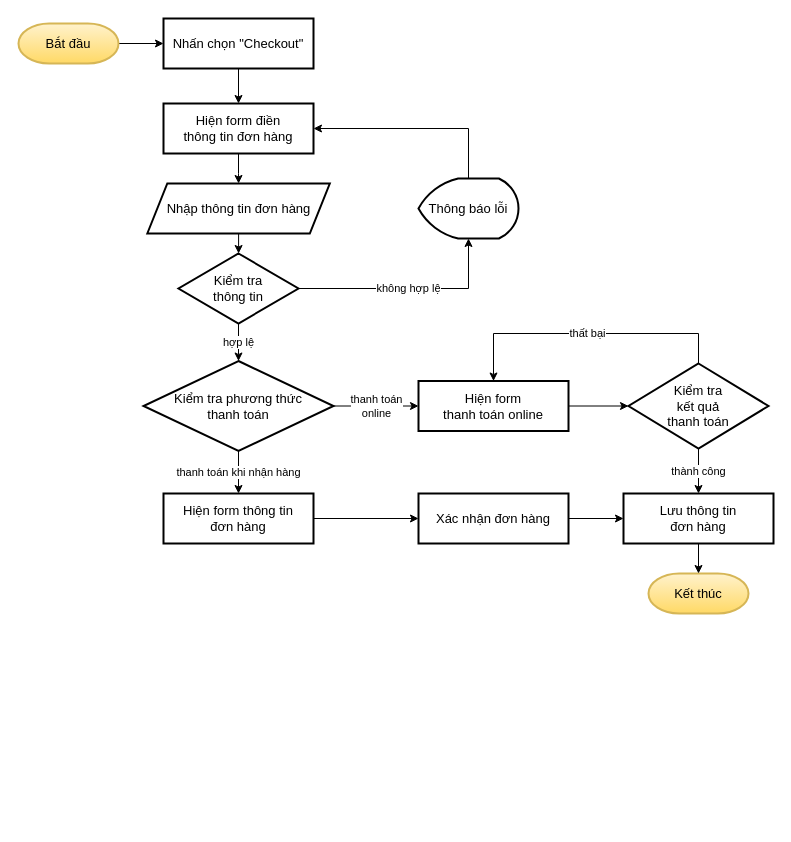
Before: Diagrams/Flowchart/cus_checkout.drawio in vfon98/thesis-storozone-documents, a draw.io diagram. Source tidied: cells renumbered, new cells numbered last; positions are measured from the earlier drawing's top-left corner, leaving out a move shared by most shapes. Both pictures are drawn from the tidied source at 100%, with x=0, y=0 at pixel (18, 18).
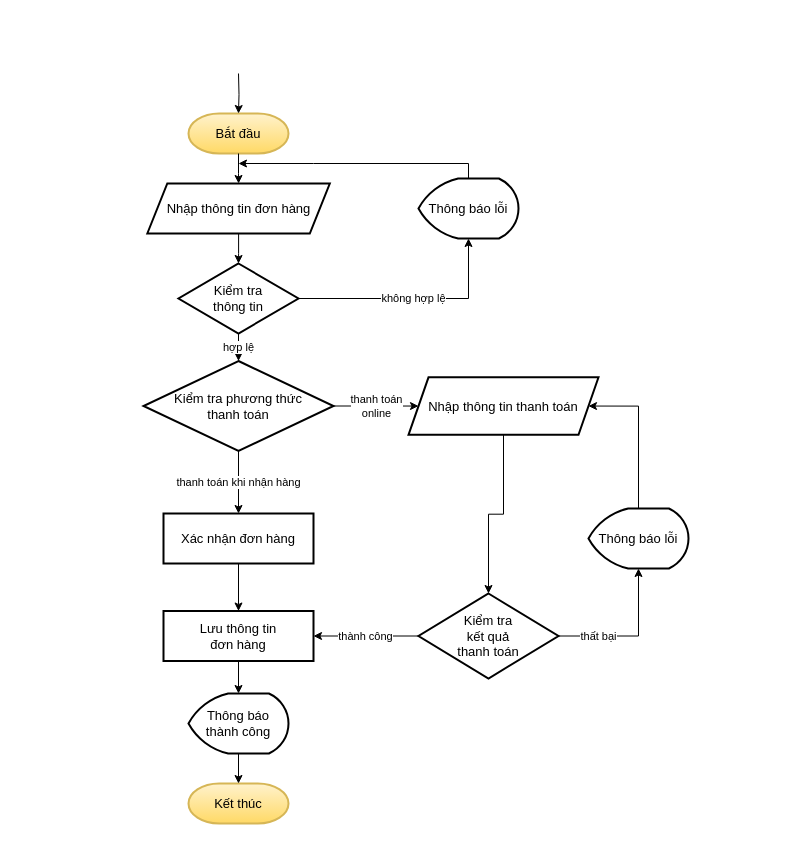
The same diagram, later.

Unchanged cells that the change refers to:
```xml
<mxCell id="11" value="Thông báo lỗi" style="strokeWidth=2;html=1;shape=mxgraph.flowchart.display;whiteSpace=wrap;labelBorderColor=none;fontSize=13;fontStyle=0;" parent="1" vertex="1">
  <mxGeometry x="400" y="160" width="100" height="60" as="geometry" />
</mxCell>
<mxCell id="15" value="Nhập thông tin đơn hàng" style="shape=parallelogram;perimeter=parallelogramPerimeter;whiteSpace=wrap;html=1;fixedSize=1;strokeWidth=2;labelBorderColor=none;fontSize=13;fontStyle=0;" parent="1" vertex="1">
  <mxGeometry x="128.8" y="165" width="182.5" height="50" as="geometry" />
</mxCell>
<mxCell id="18" value="Kiểm tra phương thức &lt;br&gt;thanh toán" style="rhombus;whiteSpace=wrap;html=1;strokeWidth=2;labelBorderColor=none;fontSize=13;fontStyle=0;" parent="1" vertex="1">
  <mxGeometry x="125" y="342.5" width="190" height="90" as="geometry" />
</mxCell>
```

The edit, as a diff of the source:
```diff
@@
-    <mxCell id="2" style="edgeStyle=orthogonalEdgeStyle;rounded=0;jettySize=auto;html=1;" parent="1" edge="1" source="3" target="6">
-      <mxGeometry relative="1" as="geometry" />
-    </mxCell>
     <mxCell id="3" value="Bắt đầu" style="strokeWidth=2;html=1;shape=mxgraph.flowchart.terminator;whiteSpace=wrap;labelBorderColor=none;fontSize=13;fontStyle=0;fillColor=#fff2cc;strokeColor=#d6b656;gradientColor=#ffd966;" parent="1" vertex="1">
-      <mxGeometry y="5" width="100" height="40" as="geometry" />
+      <mxGeometry x="170" y="95" width="100" height="40" as="geometry" />
     </mxCell>
     <mxCell id="4" value="Kết thúc" style="strokeWidth=2;html=1;shape=mxgraph.flowchart.terminator;whiteSpace=wrap;labelBorderColor=none;fontSize=13;fontStyle=0;fillColor=#fff2cc;strokeColor=#d6b656;gradientColor=#ffd966;" parent="1" vertex="1">
-      <mxGeometry x="630" y="555" width="100" height="40" as="geometry" />
+      <mxGeometry x="170" y="765" width="100" height="40" as="geometry" />
     </mxCell>
-    <mxCell id="5" style="edgeStyle=orthogonalEdgeStyle;rounded=0;jettySize=auto;html=1;" parent="1" edge="1" source="6" target="13">
-      <mxGeometry relative="1" as="geometry" />
-    </mxCell>
-    <mxCell id="6" value="Nhấn chọn &quot;Checkout&quot;" style="whiteSpace=wrap;html=1;strokeWidth=2;labelBorderColor=none;fontSize=13;fontStyle=0;" parent="1" vertex="1">
-      <mxGeometry x="145" width="150" height="50" as="geometry" />
-    </mxCell>
@@
-    <mxCell id="8" value="không hợp lệ" style="edgeStyle=orthogonalEdgeStyle;rounded=0;jettySize=auto;html=1;entryX=0.5;entryY=1;entryDx=0;entryDy=0;entryPerimeter=0;" parent="1" edge="1" source="9" target="11">
+    <mxCell id="8" value="không hợp lệ" style="edgeStyle=orthogonalEdgeStyle;rounded=0;jettySize=auto;html=1;entryX=0.5;entryY=1;entryDx=0;entryDy=0;entryPerimeter=0;exitX=1;exitY=0.5;exitDx=0;exitDy=0;" parent="1" edge="1" source="9" target="11">
       <mxGeometry relative="1" as="geometry">
         <Array as="points">
-          <mxPoint x="450" y="270" />
+          <mxPoint x="450" y="280" />
         </Array>
       </mxGeometry>
     </mxCell>
     <mxCell id="9" value="Kiểm tra&lt;br&gt;thông tin" style="rhombus;whiteSpace=wrap;html=1;strokeWidth=2;labelBorderColor=none;fontSize=13;fontStyle=0;" parent="1" vertex="1">
-      <mxGeometry x="160" y="235" width="120" height="70" as="geometry" />
+      <mxGeometry x="160" y="245" width="120" height="70" as="geometry" />
     </mxCell>
-    <mxCell id="10" style="edgeStyle=orthogonalEdgeStyle;rounded=0;jettySize=auto;html=1;exitX=0.5;exitY=0;exitDx=0;exitDy=0;exitPerimeter=0;entryX=1;entryY=0.5;entryDx=0;entryDy=0;" parent="1" edge="1" source="11" target="13">
+    <mxCell id="10" style="edgeStyle=orthogonalEdgeStyle;rounded=0;jettySize=auto;html=1;exitX=0.5;exitY=0;exitDx=0;exitDy=0;exitPerimeter=0;" parent="1" edge="1" source="11">
       <mxGeometry relative="1" as="geometry">
+        <mxPoint x="220" y="145" as="targetPoint" />
         <Array as="points">
-          <mxPoint x="450" y="110" />
+          <mxPoint x="450" y="145" />
+          <mxPoint x="295" y="145" />
         </Array>
       </mxGeometry>
     </mxCell>
@@
-    <mxCell id="12" style="edgeStyle=orthogonalEdgeStyle;rounded=0;jettySize=auto;html=1;" parent="1" edge="1" source="13" target="15">
+    <mxCell id="12" style="edgeStyle=orthogonalEdgeStyle;rounded=0;jettySize=auto;html=1;" parent="1" edge="1" source="3" target="15">
       <mxGeometry relative="1" as="geometry" />
     </mxCell>
-    <mxCell id="13" value="Hiện form điền&lt;br&gt;thông tin đơn hàng" style="whiteSpace=wrap;html=1;strokeWidth=2;labelBorderColor=none;fontSize=13;fontStyle=0;" parent="1" vertex="1">
-      <mxGeometry x="145" y="85" width="150" height="50" as="geometry" />
-    </mxCell>
@@
-    <mxCell id="16" value="thanh toán khi nhận hàng" style="edgeStyle=orthogonalEdgeStyle;rounded=0;jettySize=auto;html=1;" parent="1" edge="1" source="18" target="22">
+    <mxCell id="16" value="thanh toán khi nhận hàng" style="edgeStyle=orthogonalEdgeStyle;rounded=0;jettySize=auto;html=1;" parent="1" edge="1" source="18" target="29">
       <mxGeometry relative="1" as="geometry" />
     </mxCell>
-    <mxCell id="17" value="thanh toán&lt;br&gt;online" style="edgeStyle=orthogonalEdgeStyle;rounded=0;jettySize=auto;html=1;" parent="1" edge="1" source="18" target="20">
+    <mxCell id="17" value="thanh toán&lt;br&gt;online" style="edgeStyle=orthogonalEdgeStyle;rounded=0;jettySize=auto;html=1;entryX=0;entryY=0.5;entryDx=0;entryDy=0;" parent="1" edge="1" source="18" target="35">
       <mxGeometry relative="1" as="geometry" />
     </mxCell>
@@
-    <mxCell id="19" style="edgeStyle=orthogonalEdgeStyle;rounded=0;jettySize=auto;html=1;" parent="1" edge="1" source="20" target="25">
-      <mxGeometry relative="1" as="geometry" />
-    </mxCell>
-    <mxCell id="20" value="Hiện form&lt;br&gt;thanh toán online" style="whiteSpace=wrap;html=1;strokeWidth=2;labelBorderColor=none;fontSize=13;fontStyle=0;" parent="1" vertex="1">
-      <mxGeometry x="400" y="362.5" width="150" height="50" as="geometry" />
-    </mxCell>
-    <mxCell id="21" style="edgeStyle=orthogonalEdgeStyle;rounded=0;jettySize=auto;html=1;" parent="1" edge="1" source="22" target="29">
-      <mxGeometry relative="1" as="geometry" />
-    </mxCell>
-    <mxCell id="22" value="Hiện form thông tin&lt;br&gt;đơn hàng" style="whiteSpace=wrap;html=1;strokeWidth=2;labelBorderColor=none;fontSize=13;fontStyle=0;" parent="1" vertex="1">
-      <mxGeometry x="145" y="475" width="150" height="50" as="geometry" />
-    </mxCell>
@@
-    <mxCell id="24" value="thất bại" style="edgeStyle=orthogonalEdgeStyle;rounded=0;jettySize=auto;html=1;exitX=0.5;exitY=0;exitDx=0;exitDy=0;" parent="1" edge="1" source="25" target="20">
-      <mxGeometry relative="1" as="geometry">
+    <mxCell id="24" value="thất bại" style="edgeStyle=orthogonalEdgeStyle;rounded=0;jettySize=auto;html=1;exitX=1;exitY=0.5;exitDx=0;exitDy=0;entryX=0.5;entryY=1;entryDx=0;entryDy=0;entryPerimeter=0;" parent="1" edge="1" source="25" target="37">
+      <mxGeometry x="-0.46" relative="1" as="geometry">
         <Array as="points">
-          <mxPoint x="680" y="315" />
-          <mxPoint x="475" y="315" />
+          <mxPoint x="620" y="618" />
         </Array>
       </mxGeometry>
     </mxCell>
     <mxCell id="25" value="Kiểm tra&lt;br&gt;kết quả&lt;br&gt;thanh toán" style="rhombus;whiteSpace=wrap;html=1;strokeWidth=2;labelBorderColor=none;fontSize=13;fontStyle=0;" parent="1" vertex="1">
-      <mxGeometry x="610" y="345" width="140" height="85" as="geometry" />
+      <mxGeometry x="400" y="575" width="140" height="85" as="geometry" />
     </mxCell>
-    <mxCell id="26" style="edgeStyle=orthogonalEdgeStyle;rounded=0;jettySize=auto;html=1;" parent="1" edge="1" source="27" target="4">
-      <mxGeometry relative="1" as="geometry" />
-    </mxCell>
+    <mxCell id="30" style="edgeStyle=orthogonalEdgeStyle;rounded=0;jettySize=auto;html=1;" parent="1" edge="1" source="27" target="33">
+      <mxGeometry relative="1" as="geometry" />
+    </mxCell>
     <mxCell id="27" value="Lưu thông tin&lt;br&gt;đơn hàng" style="whiteSpace=wrap;html=1;strokeWidth=2;labelBorderColor=none;fontSize=13;fontStyle=0;" parent="1" vertex="1">
-      <mxGeometry x="605" y="475" width="150" height="50" as="geometry" />
+      <mxGeometry x="145" y="592.5" width="150" height="50" as="geometry" />
     </mxCell>
@@
     <mxCell id="29" value="Xác nhận đơn hàng" style="whiteSpace=wrap;html=1;strokeWidth=2;labelBorderColor=none;fontSize=13;fontStyle=0;" parent="1" vertex="1">
-      <mxGeometry x="400" y="475" width="150" height="50" as="geometry" />
+      <mxGeometry x="145" y="495" width="150" height="50" as="geometry" />
     </mxCell>
+    <mxCell id="31" style="edgeStyle=orthogonalEdgeStyle;rounded=0;jettySize=auto;html=1;" parent="1" edge="1" target="3">
+      <mxGeometry relative="1" as="geometry">
+        <mxPoint x="220" y="55" as="sourcePoint" />
+      </mxGeometry>
+    </mxCell>
+    <mxCell id="32" style="edgeStyle=orthogonalEdgeStyle;rounded=0;jettySize=auto;html=1;" parent="1" edge="1" source="33" target="4">
+      <mxGeometry relative="1" as="geometry" />
+    </mxCell>
+    <mxCell id="33" value="Thông báo&lt;br&gt;thành công" style="strokeWidth=2;html=1;shape=mxgraph.flowchart.display;whiteSpace=wrap;labelBorderColor=none;fontSize=13;fontStyle=0;" parent="1" vertex="1">
+      <mxGeometry x="170" y="675" width="100" height="60" as="geometry" />
+    </mxCell>
+    <mxCell id="34" style="edgeStyle=orthogonalEdgeStyle;rounded=0;jettySize=auto;html=1;entryX=0.5;entryY=0;entryDx=0;entryDy=0;" parent="1" edge="1" source="35" target="25">
+      <mxGeometry relative="1" as="geometry" />
+    </mxCell>
+    <mxCell id="35" value="Nhập thông tin thanh toán" style="shape=parallelogram;perimeter=parallelogramPerimeter;whiteSpace=wrap;html=1;fixedSize=1;strokeWidth=2;labelBorderColor=none;fontSize=13;fontStyle=0;" parent="1" vertex="1">
+      <mxGeometry x="390" y="358.8" width="190" height="57.5" as="geometry" />
+    </mxCell>
+    <mxCell id="36" style="edgeStyle=orthogonalEdgeStyle;rounded=0;jettySize=auto;html=1;entryX=1;entryY=0.5;entryDx=0;entryDy=0;" parent="1" edge="1" source="37" target="35">
+      <mxGeometry relative="1" as="geometry">
+        <Array as="points">
+          <mxPoint x="620" y="388" />
+        </Array>
+      </mxGeometry>
+    </mxCell>
+    <mxCell id="37" value="Thông báo lỗi" style="strokeWidth=2;html=1;shape=mxgraph.flowchart.display;whiteSpace=wrap;labelBorderColor=none;fontSize=13;fontStyle=0;" parent="1" vertex="1">
+      <mxGeometry x="570" y="490" width="100" height="60" as="geometry" />
+    </mxCell>
```
